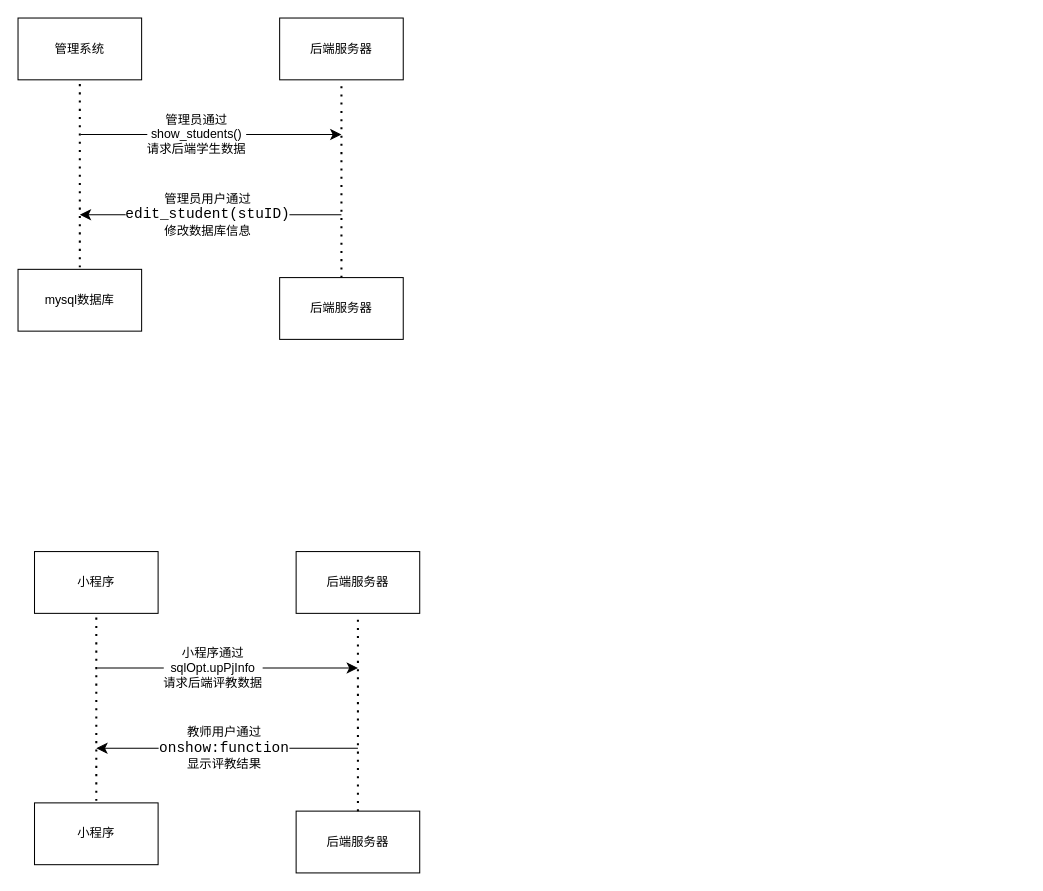
Before: page "第 7 页" (7 of 8) of 未命名绘图.drawio in mao-user/2024code, a draw.io diagram. Source tidied: cells renumbered, new cells numbered last; positions are measured from the earlier drawing's top-left corner, leaving out a move shared by most shapes. Both pictures are drawn from the tidied source at 103%, with x=0, y=0 at pixel (18, 18).
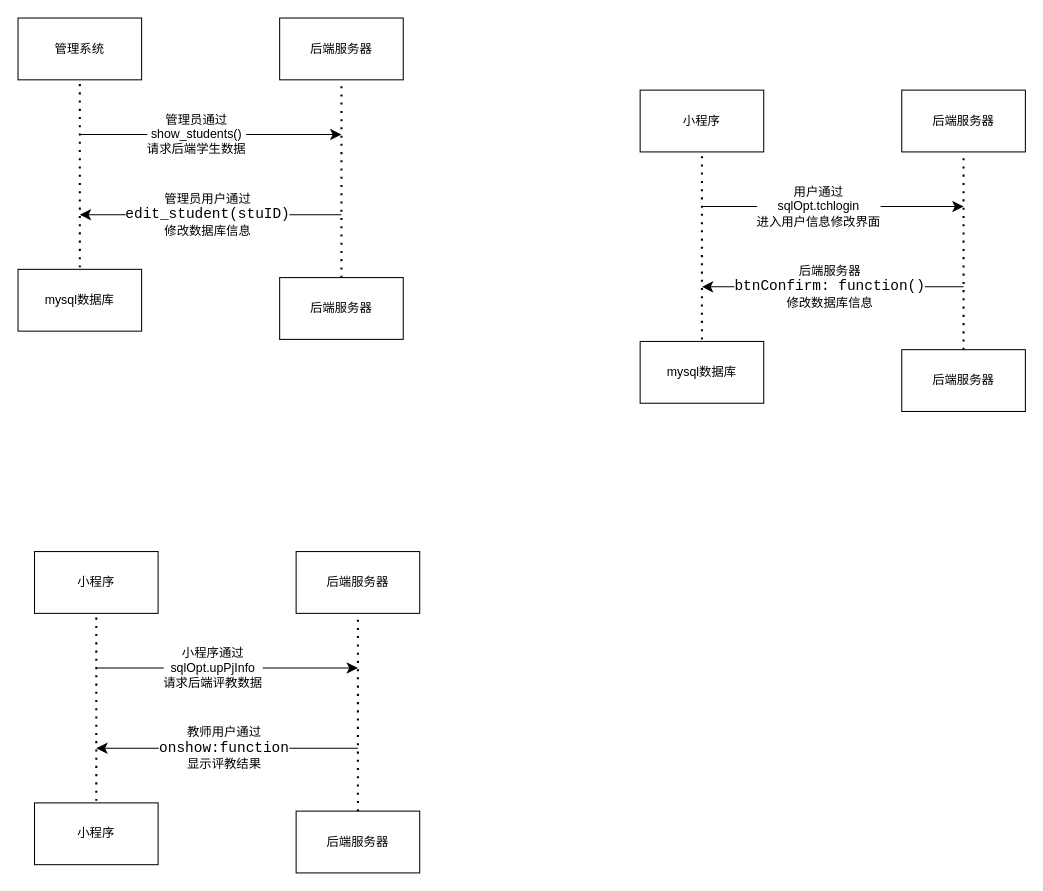
The same diagram, later.

Commit message:
更新未命名绘图.drawio

Diff of the diagram source:
```diff
@@
+    <mxCell id="24" value="小程序" style="rounded=0;whiteSpace=wrap;html=1;" parent="1" vertex="1">
+      <mxGeometry x="604" y="70" width="120" height="60" as="geometry" />
+    </mxCell>
+    <mxCell id="25" value="mysql数据库" style="rounded=0;whiteSpace=wrap;html=1;" parent="1" vertex="1">
+      <mxGeometry x="604" y="314" width="120" height="60" as="geometry" />
+    </mxCell>
+    <mxCell id="26" value="后端服务器" style="rounded=0;whiteSpace=wrap;html=1;" parent="1" vertex="1">
+      <mxGeometry x="858" y="70" width="120" height="60" as="geometry" />
+    </mxCell>
+    <mxCell id="27" value="后端服务器" style="rounded=0;whiteSpace=wrap;html=1;" parent="1" vertex="1">
+      <mxGeometry x="858" y="322" width="120" height="60" as="geometry" />
+    </mxCell>
+    <mxCell id="28" style="endArrow=none;dashed=1;html=1;dashPattern=1 3;strokeWidth=2;rounded=0;fontSize=12;startSize=8;endSize=8;curved=1;entryX=0.5;entryY=1;entryDx=0;entryDy=0;" parent="1" edge="1" target="24">
+      <mxGeometry relative="1" as="geometry">
+        <mxPoint x="664" y="312" as="sourcePoint" />
+      </mxGeometry>
+    </mxCell>
+    <mxCell id="29" style="endArrow=none;dashed=1;html=1;dashPattern=1 3;strokeWidth=2;rounded=0;fontSize=12;startSize=8;endSize=8;curved=1;entryX=0.5;entryY=1;entryDx=0;entryDy=0;" parent="1" edge="1" source="27" target="26">
+      <mxGeometry relative="1" as="geometry" />
+    </mxCell>
+    <mxCell id="30" style="endArrow=classic;html=1;rounded=0;fontSize=12;startSize=8;endSize=8;curved=1;" parent="1" edge="1">
+      <mxGeometry relative="1" as="geometry">
+        <mxPoint x="665" y="183" as="sourcePoint" />
+        <mxPoint x="918" y="183" as="targetPoint" />
+      </mxGeometry>
+    </mxCell>
+    <mxCell id="31" value="&lt;br&gt;&lt;div&gt;&lt;br&gt;&lt;/div&gt;" style="edgeLabel;html=1;align=center;verticalAlign=middle;fontSize=12;" parent="30" vertex="1">
+      <mxGeometry x="-0.11" y="1" relative="1" as="geometry" />
+    </mxCell>
+    <mxCell id="32" value="用户通过&lt;br&gt;&lt;div&gt;sqlOpt.tchlogin&lt;/div&gt;&lt;div&gt;&lt;span style=&quot;color: light-dark(rgb(0, 0, 0), rgb(237, 237, 237)); background-color: light-dark(#ffffff, var(--ge-dark-color, #121212));&quot;&gt;进入用户信息修改界面&lt;/span&gt;&lt;/div&gt;" style="edgeLabel;html=1;align=center;verticalAlign=middle;fontSize=12;" parent="30" vertex="1">
+      <mxGeometry x="-0.12" y="1" relative="1" as="geometry" />
+    </mxCell>
+    <mxCell id="33" style="endArrow=classic;html=1;rounded=0;fontSize=12;startSize=8;endSize=8;curved=1;" parent="1" edge="1">
+      <mxGeometry relative="1" as="geometry">
+        <mxPoint x="918" y="261" as="sourcePoint" />
+        <mxPoint x="664" y="261" as="targetPoint" />
+      </mxGeometry>
+    </mxCell>
+    <mxCell id="34" value="后端服务器&lt;div&gt;&lt;font face=&quot;Consolas, Courier New, monospace&quot;&gt;&lt;span style=&quot;font-size: 14px; white-space-collapse: preserve;&quot;&gt;btnConfirm: function()&lt;/span&gt;&lt;/font&gt;&lt;/div&gt;&lt;div&gt;修改数据库信息&lt;/div&gt;" style="edgeLabel;html=1;align=center;verticalAlign=middle;fontSize=12;" parent="33" vertex="1">
+      <mxGeometry x="0.03" y="-1" relative="1" as="geometry" />
+    </mxCell>
```
